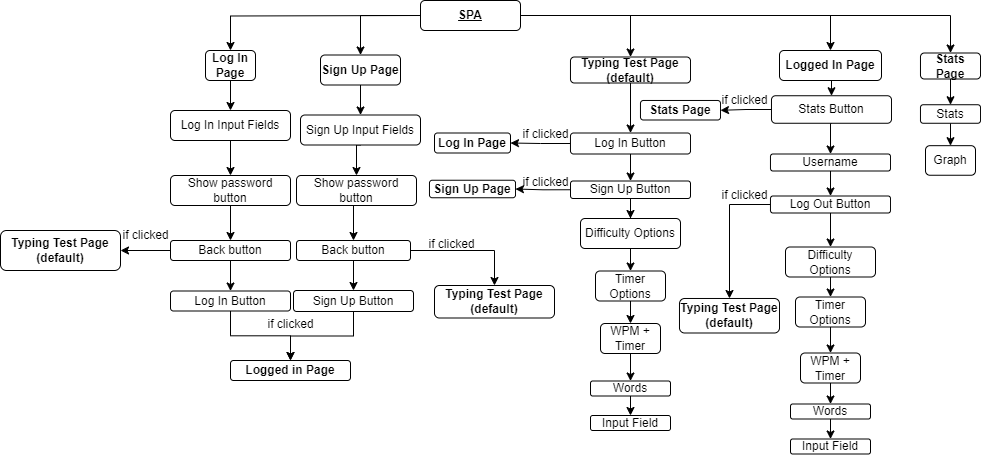
Above: design/ulms/site_map_v2.png in MxFrgsn/COMP1004-Project (draw.io), before the change. Source tidied: cells renumbered, new cells last; positions are measured from the earlier drawing's top-left corner, leaving out a move shared by most shapes.
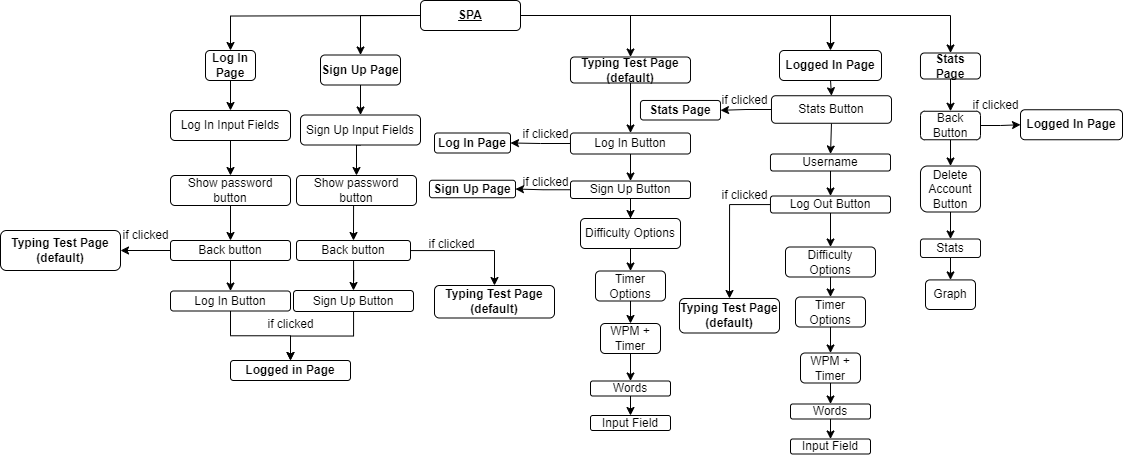
Later version of the same file.

Commit message:
Added delete account function, redid ULMS and continuing writeup

The edit, as a diff of the source:
```diff
@@ -2,19 +2,19 @@
   <root>
     <mxCell id="0" />
     <mxCell id="1" parent="0" />
-    <mxCell id="2" style="edgeStyle=orthogonalEdgeStyle;rounded=0;jettySize=auto;html=1;entryX=0.5;entryY=0;entryDx=0;entryDy=0;" parent="1" edge="1" target="11">
-      <mxGeometry relative="1" as="geometry">
-        <mxPoint x="420" y="15" as="sourcePoint" />
-        <Array as="points">
-          <mxPoint x="360" y="15" />
-        </Array>
-      </mxGeometry>
-    </mxCell>
-    <mxCell id="3" style="edgeStyle=orthogonalEdgeStyle;rounded=0;jettySize=auto;html=1;entryX=0.5;entryY=0;entryDx=0;entryDy=0;" parent="1" edge="1" target="9">
-      <mxGeometry relative="1" as="geometry">
-        <mxPoint x="420" y="15" as="sourcePoint" />
-      </mxGeometry>
-    </mxCell>
+    <mxCell id="85" style="edgeStyle=orthogonalEdgeStyle;rounded=0;jettySize=auto;html=1;entryX=0.5;entryY=0;entryDx=0;entryDy=0;" parent="1" edge="1" target="11">
+      <mxGeometry relative="1" as="geometry">
+        <mxPoint x="420" y="15" as="sourcePoint" />
+        <Array as="points">
+          <mxPoint x="360" y="15" />
+        </Array>
+      </mxGeometry>
+    </mxCell>
+    <mxCell id="86" style="edgeStyle=orthogonalEdgeStyle;rounded=0;jettySize=auto;html=1;entryX=0.5;entryY=0;entryDx=0;entryDy=0;" parent="1" edge="1" target="9">
+      <mxGeometry relative="1" as="geometry">
+        <mxPoint x="420" y="15" as="sourcePoint" />
+      </mxGeometry>
+    </mxCell>
     <mxCell id="4" style="edgeStyle=orthogonalEdgeStyle;rounded=0;jettySize=auto;html=1;entryX=0.5;entryY=0;entryDx=0;entryDy=0;" parent="1" edge="1" source="7" target="44">
       <mxGeometry relative="1" as="geometry" />
     </mxCell>
@@ -138,9 +138,9 @@
     <mxCell id="44" value="&lt;b&gt;Typing Test Page&lt;br&gt;(default)&lt;/b&gt;" style="rounded=1;whiteSpace=wrap;html=1;" parent="1" vertex="1">
       <mxGeometry x="570" y="56.5" width="120" height="26" as="geometry" />
     </mxCell>
-    <mxCell id="45" style="edgeStyle=orthogonalEdgeStyle;rounded=0;jettySize=auto;html=1;" parent="1" edge="1" source="46" target="48">
-      <mxGeometry relative="1" as="geometry" />
-    </mxCell>
+    <mxCell id="87" style="edgeStyle=orthogonalEdgeStyle;rounded=0;jettySize=auto;html=1;" parent="1" edge="1" source="46" target="92">
+      <mxGeometry relative="1" as="geometry" />
+    </mxCell>
     <mxCell id="46" value="&lt;b&gt;Stats Page&lt;/b&gt;" style="rounded=1;whiteSpace=wrap;html=1;" parent="1" vertex="1">
       <mxGeometry x="920" y="52.5" width="60" height="26" as="geometry" />
     </mxCell>
@@ -148,10 +148,10 @@
       <mxGeometry relative="1" as="geometry" />
     </mxCell>
     <mxCell id="48" value="Stats" style="rounded=1;whiteSpace=wrap;html=1;" parent="1" vertex="1">
-      <mxGeometry x="920" y="104.2" width="60" height="18.5" as="geometry" />
+      <mxGeometry x="920" y="238.5" width="60" height="18.5" as="geometry" />
     </mxCell>
     <mxCell id="49" value="Graph" style="rounded=1;whiteSpace=wrap;html=1;" parent="1" vertex="1">
-      <mxGeometry x="925" y="145.2" width="50" height="29.6" as="geometry" />
+      <mxGeometry x="925" y="279.4" width="50" height="29.6" as="geometry" />
     </mxCell>
     <mxCell id="50" style="edgeStyle=orthogonalEdgeStyle;rounded=0;jettySize=auto;html=1;exitX=0.5;exitY=1;exitDx=0;exitDy=0;entryX=0.5;entryY=0;entryDx=0;entryDy=0;" parent="1" edge="1" source="51" target="28">
       <mxGeometry relative="1" as="geometry" />
@@ -262,5 +262,26 @@
     <mxCell id="84" value="Log In Input Fields" style="rounded=1;whiteSpace=wrap;html=1;" parent="1" vertex="1">
       <mxGeometry x="170" y="110" width="120" height="30" as="geometry" />
     </mxCell>
+    <mxCell id="88" style="edgeStyle=orthogonalEdgeStyle;rounded=0;jettySize=auto;html=1;exitX=0.5;exitY=1;exitDx=0;exitDy=0;entryX=0.5;entryY=0;entryDx=0;entryDy=0;" parent="1" edge="1" source="89" target="48">
+      <mxGeometry relative="1" as="geometry" />
+    </mxCell>
+    <mxCell id="89" value="Delete Account Button" style="rounded=1;whiteSpace=wrap;html=1;" parent="1" vertex="1">
+      <mxGeometry x="920" y="165.5" width="60" height="46" as="geometry" />
+    </mxCell>
+    <mxCell id="90" style="edgeStyle=orthogonalEdgeStyle;rounded=0;jettySize=auto;html=1;exitX=0.5;exitY=1;exitDx=0;exitDy=0;" parent="1" edge="1" source="92" target="89">
+      <mxGeometry relative="1" as="geometry" />
+    </mxCell>
+    <mxCell id="91" style="edgeStyle=orthogonalEdgeStyle;rounded=0;jettySize=auto;html=1;entryX=0;entryY=0.5;entryDx=0;entryDy=0;" parent="1" edge="1" source="92" target="93">
+      <mxGeometry relative="1" as="geometry" />
+    </mxCell>
+    <mxCell id="92" value="Back Button" style="rounded=1;whiteSpace=wrap;html=1;" parent="1" vertex="1">
+      <mxGeometry x="920" y="110.8" width="60" height="28.5" as="geometry" />
+    </mxCell>
+    <mxCell id="93" value="&lt;b&gt;Logged In Page&lt;/b&gt;" style="rounded=1;whiteSpace=wrap;html=1;" parent="1" vertex="1">
+      <mxGeometry x="1020" y="109.2" width="102" height="30" as="geometry" />
+    </mxCell>
+    <mxCell id="94" value="if clicked" style="text;html=1;align=center;verticalAlign=middle;strokeColor=none;fillColor=none;" parent="1" vertex="1">
+      <mxGeometry x="960" y="89.5" width="70" height="30" as="geometry" />
+    </mxCell>
   </root>
 </mxGraphModel>
```
